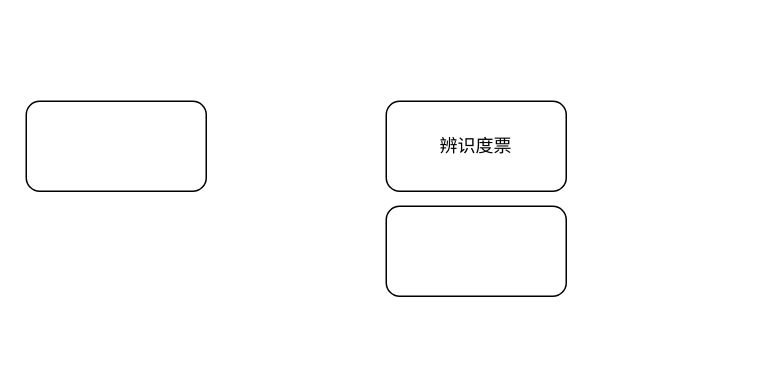
This is menus/信息加工处理提取图.drawio from Asamiyaa/microservice-k8s-yun, a draw.io file, before an edit. Source tidied: cells renumbered, new cells numbered last; positions are measured from the earlier drawing's top-left corner, leaving out a move shared by most shapes. Both pictures are drawn from the tidied source at 150%, with x=0, y=0 at pixel (26, 100).
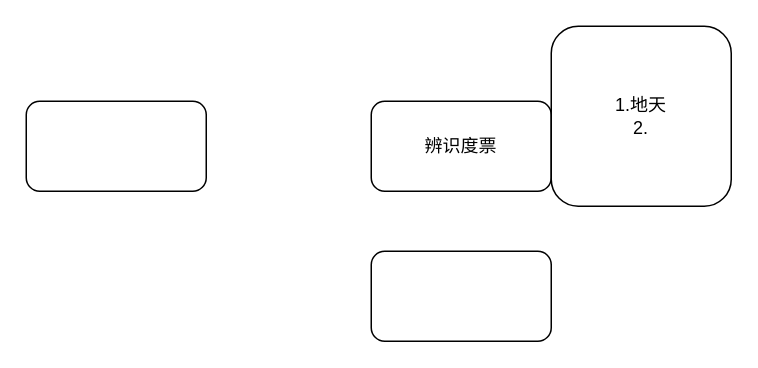
Above is the later version.

Commit message (it also covers changes not shown here):
更新信息加工处理提取图.drawio

Diff of the diagram source:
```diff
@@
 <mxGraphModel>
   <root>
     <mxCell id="0" />
     <mxCell id="1" parent="0" />
     <mxCell id="2" style="rounded=1;whiteSpace=wrap;html=1;" parent="1" vertex="1">
       <mxGeometry width="120" height="60" as="geometry" />
     </mxCell>
     <mxCell id="3" value="辨识度票" style="rounded=1;whiteSpace=wrap;html=1;" parent="1" vertex="1">
-      <mxGeometry x="240" width="120" height="60" as="geometry" />
+      <mxGeometry x="230" width="120" height="60" as="geometry" />
     </mxCell>
     <mxCell id="4" style="rounded=1;whiteSpace=wrap;html=1;" parent="1" vertex="1">
-      <mxGeometry x="240" y="70" width="120" height="60" as="geometry" />
+      <mxGeometry x="230" y="100" width="120" height="60" as="geometry" />
     </mxCell>
+    <mxCell id="5" value="1.地天&lt;div&gt;2.&lt;/div&gt;" style="rounded=1;whiteSpace=wrap;html=1;" parent="1" vertex="1">
+      <mxGeometry x="350" y="-50" width="120" height="120" as="geometry" />
+    </mxCell>
   </root>
 </mxGraphModel>
```
